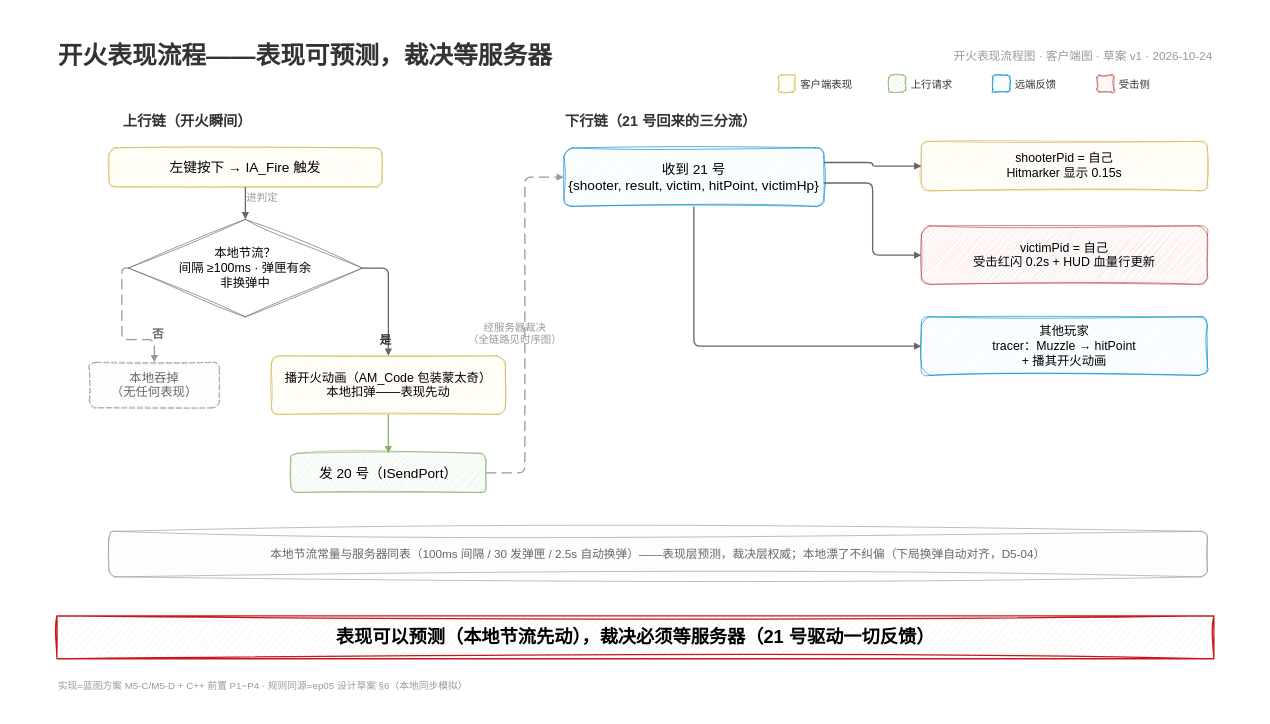
Before: docs/episodes/ep05/fire_client_flow.drawio in x-PiXiu/Sightline, a draw.io diagram. Source tidied: cells renumbered, new cells numbered last; positions are measured from the earlier drawing's top-left corner, leaving out a move shared by most shapes. Both pictures are drawn from the tidied source at 65%, with x=0, y=0 at pixel (11, 11).
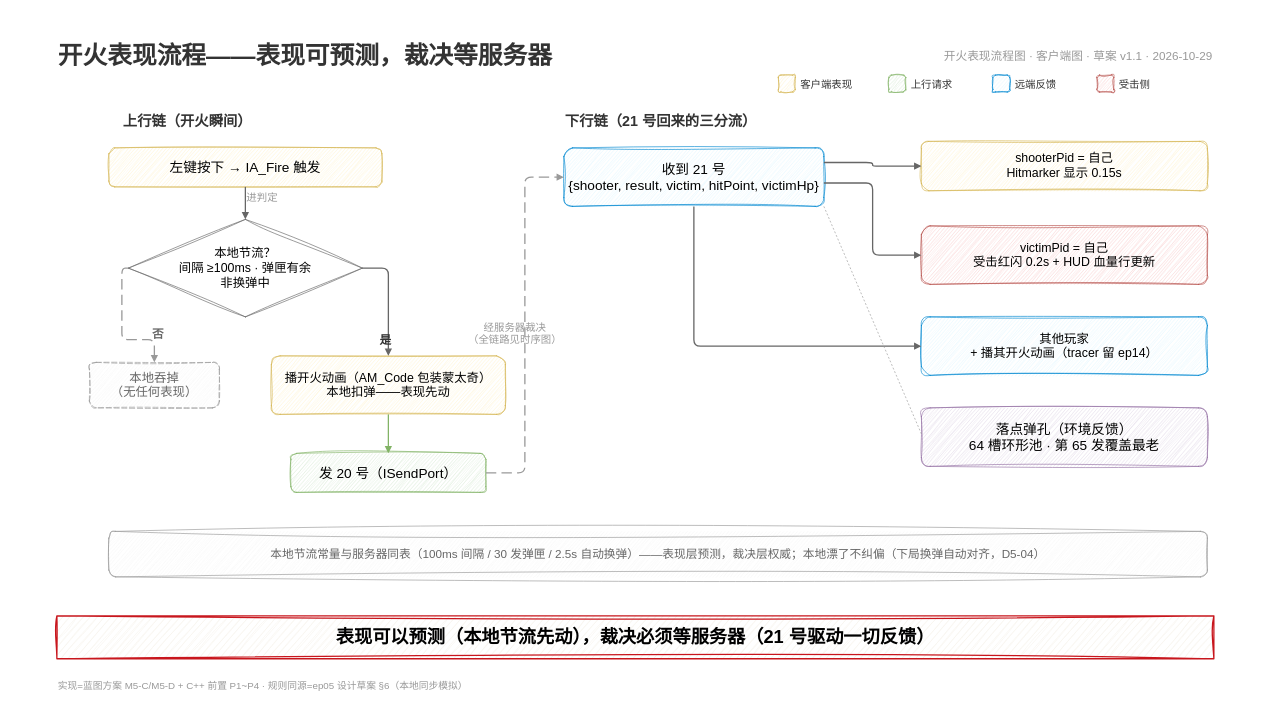
Above is the later version.

Diff of the diagram source:
```diff
@@
-    <mxCell id="4" value="开火表现流程图 · 客户端图 · 草案 v1 · 2026-10-24" style="text;fontSize=18;fontColor=#999999;align=right;whiteSpace=wrap;" parent="1" vertex="1">
+    <mxCell id="4" value="开火表现流程图 · 客户端图 · 草案 v1.1 · 2026-10-29" style="text;fontSize=18;fontColor=#999999;align=right;whiteSpace=wrap;" parent="1" vertex="1">
       <mxGeometry x="1350" y="52" width="500" height="34" as="geometry" />
     </mxCell>
@@
-    <mxCell id="30" value="其他玩家&#10;tracer：Muzzle → hitPoint&#10;+ 播其开火动画" style="rounded=1;whiteSpace=wrap;fillColor=#e1f5fe;strokeColor=#0288d1;fontSize=19;sketch=1;curveFitting=1;jiggle=2;" parent="1" vertex="1">
+    <mxCell id="30" value="其他玩家&#10;+ 播其开火动画（tracer 留 ep14）" style="rounded=1;whiteSpace=wrap;fillColor=#e1f5fe;strokeColor=#0288d1;fontSize=19;sketch=1;curveFitting=1;jiggle=2;" parent="1" vertex="1">
       <mxGeometry x="1400" y="470" width="440" height="90" as="geometry" />
     </mxCell>
@@
+    <mxCell id="39" value="落点弹孔（环境反馈）&#10;64 槽环形池 · 第 65 发覆盖最老" style="rounded=1;whiteSpace=wrap;fillColor=#e1d5e7;strokeColor=#9673a6;fontSize=21;sketch=1;curveFitting=1;jiggle=2;" parent="1" vertex="1">
+      <mxGeometry x="1400" y="610" width="440" height="90" as="geometry" />
+    </mxCell>
+    <mxCell id="40" style="endArrow=none;dashed=1;strokeColor=#999999;strokeWidth=1;" parent="1" edge="1">
+      <mxGeometry relative="1" as="geometry">
+        <mxPoint x="1250" y="300" as="sourcePoint" />
+        <mxPoint x="1400" y="650" as="targetPoint" />
+      </mxGeometry>
+    </mxCell>
```
